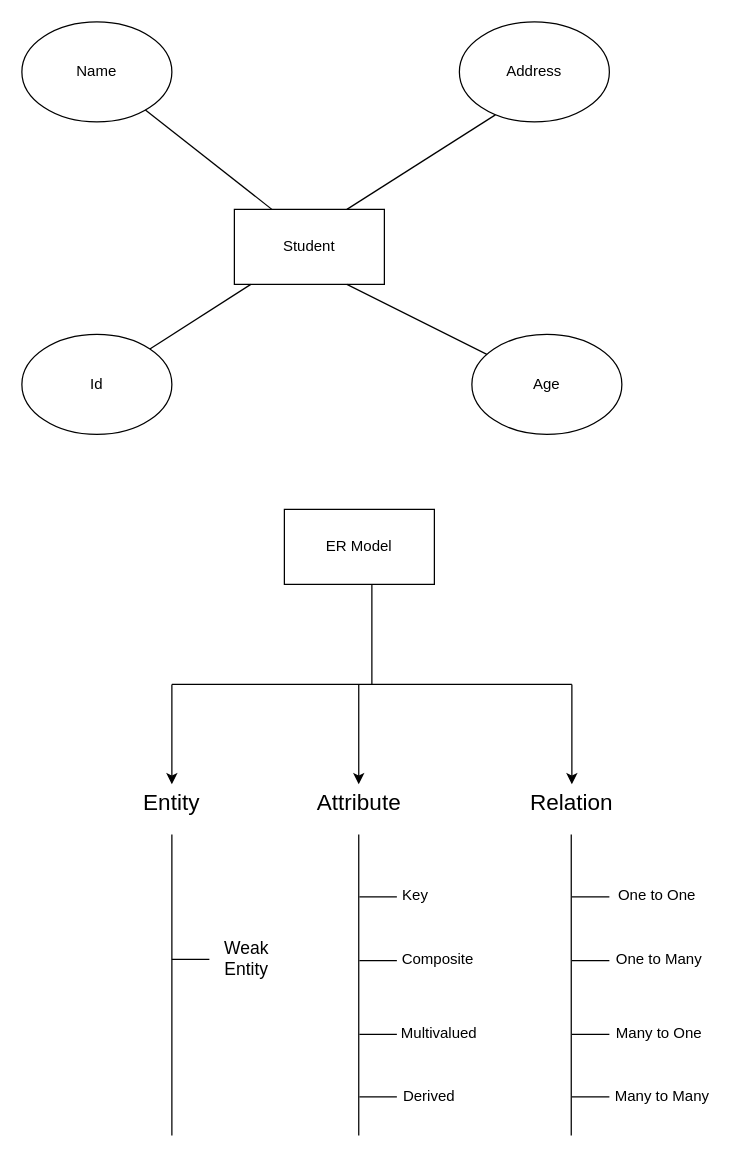
Before: Pr 1 ER Diagram.drawio in SarfarazInfoTech/Draw.io, a draw.io diagram. Source tidied: cells renumbered, new cells numbered last; positions are measured from the earlier drawing's top-left corner, leaving out a move shared by most shapes. Both pictures are drawn from the tidied source at 125%, with x=0, y=0 at pixel (21, 21).
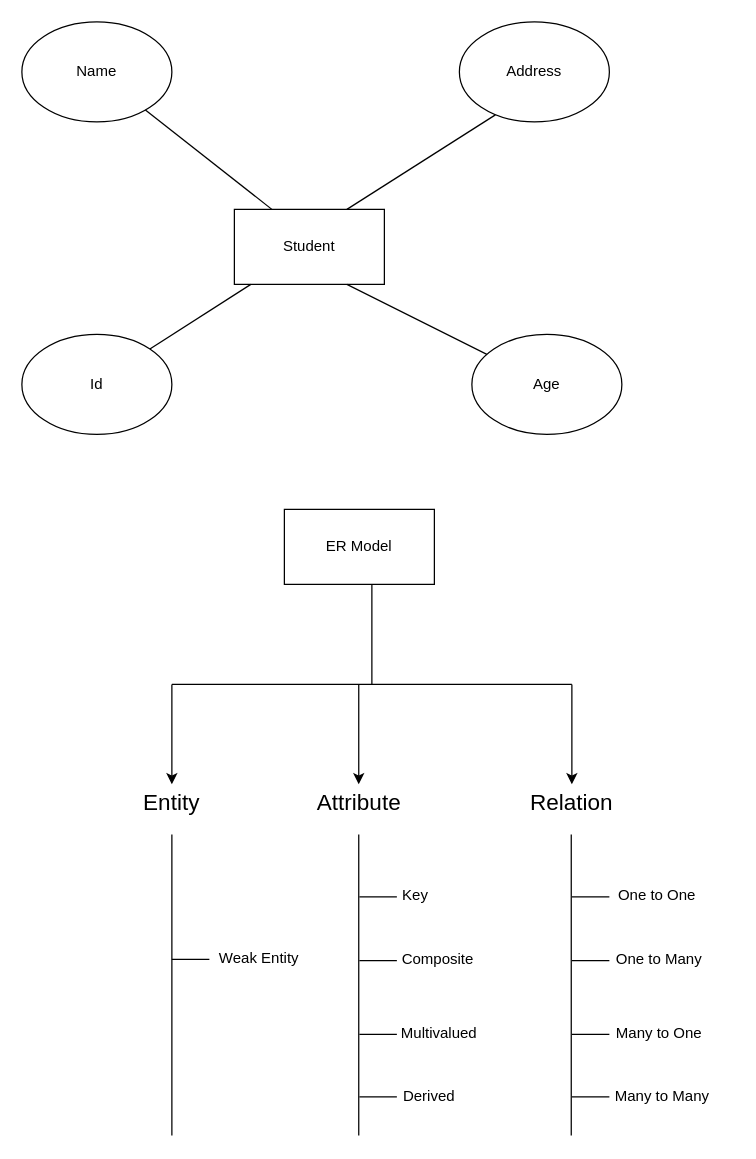
After the change.

The edit, as a diff of the source:
```diff
@@
-    <mxCell id="23" value="&lt;font style=&quot;font-size: 14px;&quot;&gt;Weak Entity&lt;/font&gt;" style="text;strokeColor=none;align=center;fillColor=none;html=1;verticalAlign=middle;whiteSpace=wrap;rounded=0;" parent="1" vertex="1">
-      <mxGeometry x="150" y="734" width="60" height="30" as="geometry" />
+    <mxCell id="23" value="&lt;font style=&quot;font-size: 12px;&quot;&gt;Weak Entity&lt;/font&gt;" style="text;strokeColor=none;align=center;fillColor=none;html=1;verticalAlign=middle;whiteSpace=wrap;rounded=0;" parent="1" vertex="1">
+      <mxGeometry x="150" y="734" width="80" height="30" as="geometry" />
     </mxCell>
```
